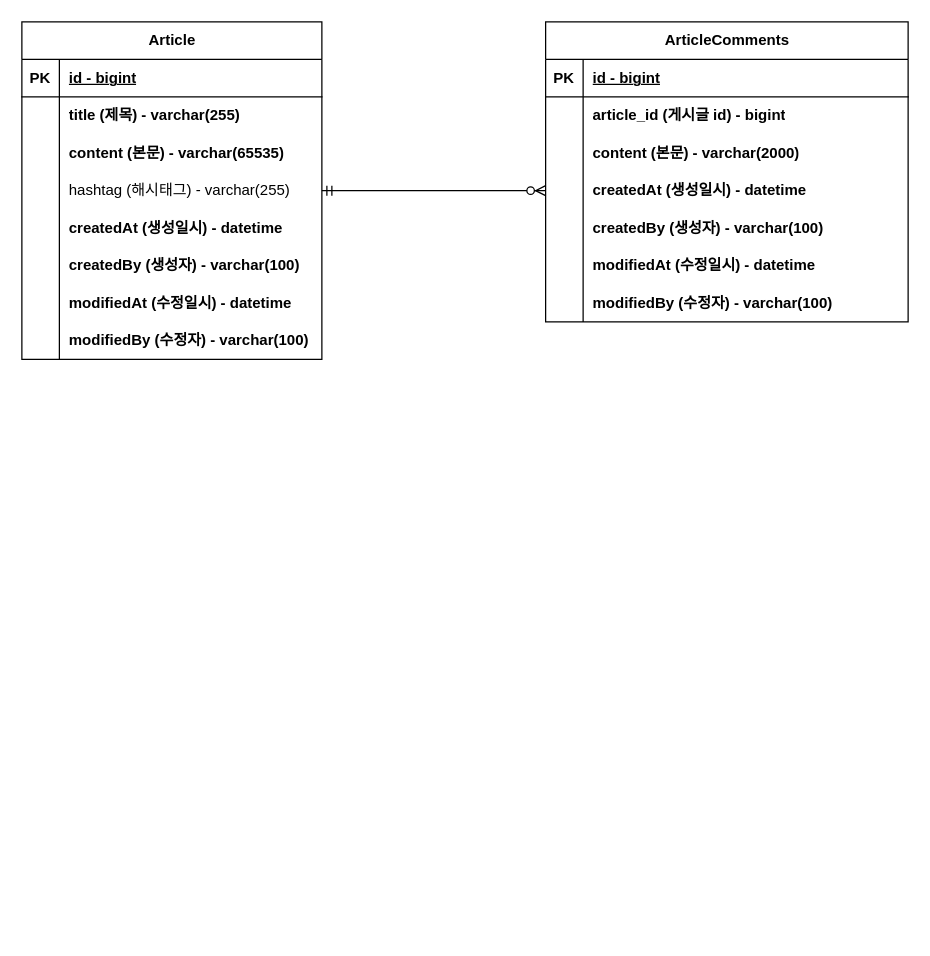
Before: document/제목 없는 다이어그램.drawio in Aroma1234/practice-project-board, a draw.io diagram. Source tidied: cells renumbered, new cells numbered last; positions are measured from the earlier drawing's top-left corner, leaving out a move shared by most shapes. Both pictures are drawn from the tidied source at 125%, with x=0, y=0 at pixel (21, 21).
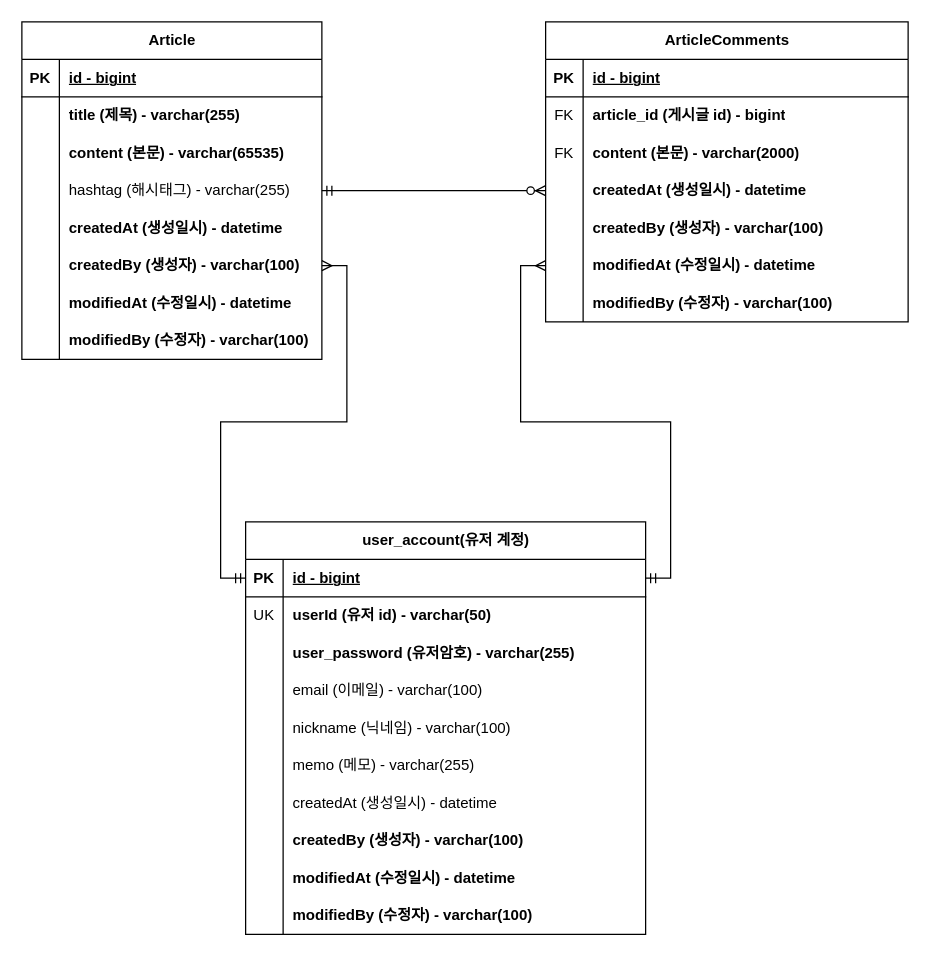
The same page after the edit.

Commit message:
project-board-erd

The change refers to these unchanged cells:
```xml
<mxCell id="18" style="shape=tableRow;horizontal=0;startSize=0;swimlaneHead=0;swimlaneBody=0;fillColor=none;points=[[0,0.5],[1,0.5]];portConstraint=eastwest;top=0;left=0;right=0;bottom=0;" parent="2" vertex="1">
  <mxGeometry y="180" width="240" height="30" as="geometry" />
</mxCell>
<mxCell id="31" style="shape=tableRow;horizontal=0;startSize=0;swimlaneHead=0;swimlaneBody=0;fillColor=none;top=0;left=0;right=0;bottom=0;" parent="27" vertex="1">
  <mxGeometry y="60" width="290" height="30" as="geometry" />
</mxCell>
<mxCell id="34" style="shape=tableRow;horizontal=0;startSize=0;swimlaneHead=0;swimlaneBody=0;fillColor=none;top=0;left=0;right=0;bottom=0;" parent="27" vertex="1">
  <mxGeometry y="90" width="290" height="30" as="geometry" />
</mxCell>
<mxCell id="43" style="shape=tableRow;horizontal=0;startSize=0;swimlaneHead=0;swimlaneBody=0;fillColor=none;points=[[0,0.5],[1,0.5]];portConstraint=eastwest;top=0;left=0;right=0;bottom=0;" parent="27" vertex="1">
  <mxGeometry y="180" width="290" height="30" as="geometry" />
</mxCell>
```

Change to the diagram source:
```diff
@@
-    <mxCell id="32" style="shape=partialRectangle;fillColor=none;top=0;left=0;bottom=0;right=0;overflow=hidden;whiteSpace=wrap;html=1;" parent="31" vertex="1">
+    <mxCell id="32" value="FK" style="shape=partialRectangle;fillColor=none;top=0;left=0;bottom=0;right=0;overflow=hidden;whiteSpace=wrap;html=1;" parent="31" vertex="1">
       <mxGeometry width="30" height="30" as="geometry" />
     </mxCell>
@@
-    <mxCell id="35" style="shape=partialRectangle;fillColor=none;top=0;left=0;bottom=0;right=0;overflow=hidden;whiteSpace=wrap;html=1;" parent="34" vertex="1">
+    <mxCell id="35" value="FK" style="shape=partialRectangle;fillColor=none;top=0;left=0;bottom=0;right=0;overflow=hidden;whiteSpace=wrap;html=1;" parent="34" vertex="1">
       <mxGeometry width="30" height="30" as="geometry" />
     </mxCell>
@@
+    <mxCell id="50" value="user_account(유저 계정)" style="shape=table;startSize=30;childLayout=tableLayout;rowLines=0;fontStyle=1;align=center;html=1;" parent="1" vertex="1">
+      <mxGeometry x="179" y="400" width="320" height="330" as="geometry" />
+    </mxCell>
+    <mxCell id="51" style="shape=tableRow;horizontal=0;startSize=0;swimlaneHead=0;swimlaneBody=0;fillColor=none;points=[[0,0.5],[1,0.5]];portConstraint=eastwest;top=0;left=0;right=0;bottom=1;" parent="50" vertex="1">
+      <mxGeometry y="30" width="320" height="30" as="geometry" />
+    </mxCell>
+    <mxCell id="52" value="PK" style="shape=partialRectangle;fillColor=none;top=0;left=0;bottom=0;right=0;fontStyle=1;overflow=hidden;whiteSpace=wrap;html=1;" parent="51" vertex="1">
+      <mxGeometry width="30" height="30" as="geometry" />
+    </mxCell>
+    <mxCell id="53" value="id - bigint" style="shape=partialRectangle;fillColor=none;top=0;left=0;bottom=0;right=0;align=left;spacingLeft=6;fontStyle=5;overflow=hidden;whiteSpace=wrap;html=1;" parent="51" vertex="1">
+      <mxGeometry x="30" width="290" height="30" as="geometry" />
+    </mxCell>
+    <mxCell id="54" style="shape=tableRow;horizontal=0;startSize=0;swimlaneHead=0;swimlaneBody=0;fillColor=none;top=0;left=0;right=0;bottom=0;" parent="50" vertex="1">
+      <mxGeometry y="60" width="320" height="30" as="geometry" />
+    </mxCell>
+    <mxCell id="55" value="UK" style="shape=partialRectangle;fillColor=none;top=0;left=0;bottom=0;right=0;overflow=hidden;whiteSpace=wrap;html=1;" parent="54" vertex="1">
+      <mxGeometry width="30" height="30" as="geometry" />
+    </mxCell>
+    <mxCell id="56" value="userId (유저 id) - varchar(50)" style="shape=partialRectangle;fillColor=none;top=0;left=0;bottom=0;right=0;align=left;spacingLeft=6;overflow=hidden;whiteSpace=wrap;html=1;fontStyle=1;" parent="54" vertex="1">
+      <mxGeometry x="30" width="290" height="30" as="geometry" />
+    </mxCell>
+    <mxCell id="57" style="shape=tableRow;horizontal=0;startSize=0;swimlaneHead=0;swimlaneBody=0;fillColor=none;top=0;left=0;right=0;bottom=0;" parent="50" vertex="1">
+      <mxGeometry y="90" width="320" height="30" as="geometry" />
+    </mxCell>
+    <mxCell id="58" style="shape=partialRectangle;fillColor=none;top=0;left=0;bottom=0;right=0;overflow=hidden;whiteSpace=wrap;html=1;" parent="57" vertex="1">
+      <mxGeometry width="30" height="30" as="geometry" />
+    </mxCell>
+    <mxCell id="59" value="user_password (유저암호) - varchar(255)" style="shape=partialRectangle;fillColor=none;top=0;left=0;bottom=0;right=0;align=left;spacingLeft=6;overflow=hidden;whiteSpace=wrap;html=1;fontStyle=1;" parent="57" vertex="1">
+      <mxGeometry x="30" width="290" height="30" as="geometry" />
+    </mxCell>
+    <mxCell id="60" style="shape=tableRow;horizontal=0;startSize=0;swimlaneHead=0;swimlaneBody=0;fillColor=none;top=0;left=0;right=0;bottom=0;" parent="50" vertex="1">
+      <mxGeometry y="120" width="320" height="30" as="geometry" />
+    </mxCell>
+    <mxCell id="61" style="shape=partialRectangle;fillColor=none;top=0;left=0;bottom=0;right=0;overflow=hidden;whiteSpace=wrap;html=1;" parent="60" vertex="1">
+      <mxGeometry width="30" height="30" as="geometry" />
+    </mxCell>
+    <mxCell id="62" value="email (이메일) - varchar(100)" style="shape=partialRectangle;fillColor=none;top=0;left=0;bottom=0;right=0;align=left;spacingLeft=6;overflow=hidden;whiteSpace=wrap;html=1;fontStyle=0;" parent="60" vertex="1">
+      <mxGeometry x="30" width="290" height="30" as="geometry" />
+    </mxCell>
+    <mxCell id="63" style="shape=tableRow;horizontal=0;startSize=0;swimlaneHead=0;swimlaneBody=0;fillColor=none;top=0;left=0;right=0;bottom=0;" parent="50" vertex="1">
+      <mxGeometry y="150" width="320" height="30" as="geometry" />
+    </mxCell>
+    <mxCell id="64" style="shape=partialRectangle;fillColor=none;top=0;left=0;bottom=0;right=0;overflow=hidden;whiteSpace=wrap;html=1;" parent="63" vertex="1">
+      <mxGeometry width="30" height="30" as="geometry" />
+    </mxCell>
+    <mxCell id="65" value="nickname (닉네임) - varchar(100)" style="shape=partialRectangle;fillColor=none;top=0;left=0;bottom=0;right=0;align=left;spacingLeft=6;overflow=hidden;whiteSpace=wrap;html=1;fontStyle=0;" parent="63" vertex="1">
+      <mxGeometry x="30" width="290" height="30" as="geometry" />
+    </mxCell>
+    <mxCell id="66" style="shape=tableRow;horizontal=0;startSize=0;swimlaneHead=0;swimlaneBody=0;fillColor=none;top=0;left=0;right=0;bottom=0;" parent="50" vertex="1">
+      <mxGeometry y="180" width="320" height="30" as="geometry" />
+    </mxCell>
+    <mxCell id="67" style="shape=partialRectangle;fillColor=none;top=0;left=0;bottom=0;right=0;overflow=hidden;whiteSpace=wrap;html=1;" parent="66" vertex="1">
+      <mxGeometry width="30" height="30" as="geometry" />
+    </mxCell>
+    <mxCell id="68" value="memo (메모) - varchar(255)" style="shape=partialRectangle;fillColor=none;top=0;left=0;bottom=0;right=0;align=left;spacingLeft=6;overflow=hidden;whiteSpace=wrap;html=1;fontStyle=0;" parent="66" vertex="1">
+      <mxGeometry x="30" width="290" height="30" as="geometry" />
+    </mxCell>
+    <mxCell id="69" style="shape=tableRow;horizontal=0;startSize=0;swimlaneHead=0;swimlaneBody=0;fillColor=none;top=0;left=0;right=0;bottom=0;" parent="50" vertex="1">
+      <mxGeometry y="210" width="320" height="30" as="geometry" />
+    </mxCell>
+    <mxCell id="70" style="shape=partialRectangle;fillColor=none;top=0;left=0;bottom=0;right=0;overflow=hidden;whiteSpace=wrap;html=1;" parent="69" vertex="1">
+      <mxGeometry width="30" height="30" as="geometry" />
+    </mxCell>
+    <mxCell id="71" value="createdAt (생성일시) - datetime" style="shape=partialRectangle;fillColor=none;top=0;left=0;bottom=0;right=0;align=left;spacingLeft=6;overflow=hidden;whiteSpace=wrap;html=1;fontStyle=0;" parent="69" vertex="1">
+      <mxGeometry x="30" width="290" height="30" as="geometry" />
+    </mxCell>
+    <mxCell id="72" style="shape=tableRow;horizontal=0;startSize=0;swimlaneHead=0;swimlaneBody=0;fillColor=none;top=0;left=0;right=0;bottom=0;" parent="50" vertex="1">
+      <mxGeometry y="240" width="320" height="30" as="geometry" />
+    </mxCell>
+    <mxCell id="73" style="shape=partialRectangle;fillColor=none;top=0;left=0;bottom=0;right=0;overflow=hidden;whiteSpace=wrap;html=1;" parent="72" vertex="1">
+      <mxGeometry width="30" height="30" as="geometry" />
+    </mxCell>
+    <mxCell id="74" value="createdBy (생성자) - varchar(100)" style="shape=partialRectangle;fillColor=none;top=0;left=0;bottom=0;right=0;align=left;spacingLeft=6;overflow=hidden;whiteSpace=wrap;html=1;fontStyle=1;" parent="72" vertex="1">
+      <mxGeometry x="30" width="290" height="30" as="geometry" />
+    </mxCell>
+    <mxCell id="75" style="shape=tableRow;horizontal=0;startSize=0;swimlaneHead=0;swimlaneBody=0;fillColor=none;top=0;left=0;right=0;bottom=0;" parent="50" vertex="1">
+      <mxGeometry y="270" width="320" height="30" as="geometry" />
+    </mxCell>
+    <mxCell id="76" style="shape=partialRectangle;fillColor=none;top=0;left=0;bottom=0;right=0;overflow=hidden;whiteSpace=wrap;html=1;" parent="75" vertex="1">
+      <mxGeometry width="30" height="30" as="geometry" />
+    </mxCell>
+    <mxCell id="77" value="modifiedAt (수정일시) - datetime" style="shape=partialRectangle;fillColor=none;top=0;left=0;bottom=0;right=0;align=left;spacingLeft=6;overflow=hidden;whiteSpace=wrap;html=1;fontStyle=1;" parent="75" vertex="1">
+      <mxGeometry x="30" width="290" height="30" as="geometry" />
+    </mxCell>
+    <mxCell id="78" style="shape=tableRow;horizontal=0;startSize=0;swimlaneHead=0;swimlaneBody=0;fillColor=none;top=0;left=0;right=0;bottom=0;" parent="50" vertex="1">
+      <mxGeometry y="300" width="320" height="30" as="geometry" />
+    </mxCell>
+    <mxCell id="79" style="shape=partialRectangle;fillColor=none;top=0;left=0;bottom=0;right=0;overflow=hidden;whiteSpace=wrap;html=1;" parent="78" vertex="1">
+      <mxGeometry width="30" height="30" as="geometry" />
+    </mxCell>
+    <mxCell id="80" value="modifiedBy (수정자) - varchar(100)" style="shape=partialRectangle;fillColor=none;top=0;left=0;bottom=0;right=0;align=left;spacingLeft=6;overflow=hidden;whiteSpace=wrap;html=1;fontStyle=1;" parent="78" vertex="1">
+      <mxGeometry x="30" width="290" height="30" as="geometry" />
+    </mxCell>
+    <mxCell id="81" style="edgeStyle=orthogonalEdgeStyle;rounded=0;jettySize=auto;html=1;entryX=1;entryY=0.5;entryDx=0;entryDy=0;endArrow=ERmany;endFill=0;startArrow=ERmandOne;startFill=0;" parent="1" edge="1" source="51" target="18">
+      <mxGeometry relative="1" as="geometry" />
+    </mxCell>
+    <mxCell id="82" style="edgeStyle=orthogonalEdgeStyle;rounded=0;jettySize=auto;html=1;entryX=0;entryY=0.5;entryDx=0;entryDy=0;startArrow=ERmandOne;startFill=0;endArrow=ERmany;endFill=0;" parent="1" edge="1" source="51" target="43">
+      <mxGeometry relative="1" as="geometry" />
+    </mxCell>
```
